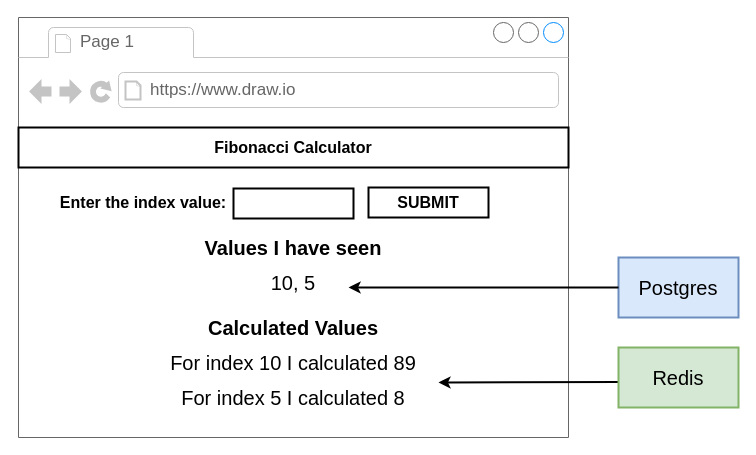
Earlier version of the draw.io diagram page "App Mockup" (1 of 2) of diagrams/diagrams.drawio (igorya7v/107-fibonacci-multi-container). Source tidied: cells renumbered, new cells numbered last; positions are measured from the earlier drawing's top-left corner, leaving out a move shared by most shapes. Both pictures are drawn from the tidied source at 100%, with x=0, y=0 at pixel (18, 17).
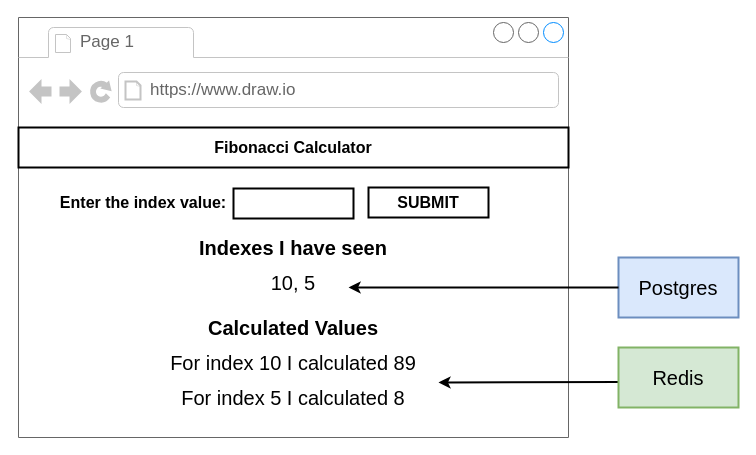
The same page after the edit.

Change to the diagram source:
```diff
@@
 <mxGraphModel>
   <root>
     <mxCell id="0" />
     <mxCell id="1" parent="0" />
     <mxCell id="2" style="strokeWidth=1;shadow=0;dashed=0;align=center;html=1;shape=mxgraph.mockup.containers.browserWindow;rSize=0;fillColor=#ffffff;strokeColor=#666666;strokeColor2=#008cff;strokeColor3=#c4c4c4;mainText=,;fontSize=16;" parent="1" vertex="1">
       <mxGeometry width="550" height="420" as="geometry" />
     </mxCell>
     <mxCell id="3" value="Page 1" style="strokeWidth=1;shadow=0;dashed=0;align=center;html=1;shape=mxgraph.mockup.containers.anchor;fontSize=17;fontColor=#666666;align=left;" parent="2" vertex="1">
       <mxGeometry x="60" y="12" width="110" height="26" as="geometry" />
     </mxCell>
     <mxCell id="4" value="https://www.draw.io" style="strokeWidth=1;shadow=0;dashed=0;align=center;html=1;shape=mxgraph.mockup.containers.anchor;rSize=0;fontSize=17;fontColor=#666666;align=left;" parent="2" vertex="1">
       <mxGeometry x="130" y="60" width="250" height="26" as="geometry" />
     </mxCell>
     <mxCell id="5" value="Fibonacci Calculator" style="rounded=0;whiteSpace=wrap;html=1;strokeWidth=2;fontSize=16;fontStyle=1;" parent="2" vertex="1">
       <mxGeometry y="110" width="550" height="40" as="geometry" />
     </mxCell>
     <mxCell id="6" value="Enter the index value:" style="text;html=1;strokeColor=none;fillColor=none;align=center;verticalAlign=middle;whiteSpace=wrap;rounded=0;fontSize=16;fontStyle=1;" parent="2" vertex="1">
       <mxGeometry x="40" y="175" width="170" height="20" as="geometry" />
     </mxCell>
     <mxCell id="7" style="rounded=0;whiteSpace=wrap;html=1;strokeWidth=2;fontSize=16;" parent="2" vertex="1">
       <mxGeometry x="215" y="171" width="120" height="30" as="geometry" />
     </mxCell>
     <mxCell id="8" value="SUBMIT" style="rounded=0;whiteSpace=wrap;html=1;strokeWidth=2;fontSize=16;fontStyle=1;" parent="2" vertex="1">
       <mxGeometry x="350" y="170" width="120" height="30" as="geometry" />
     </mxCell>
-    <mxCell id="9" value="&lt;font style=&quot;font-size: 20px&quot;&gt;Values I have seen&lt;/font&gt;" style="text;html=1;strokeColor=none;fillColor=none;align=center;verticalAlign=middle;whiteSpace=wrap;rounded=0;fontSize=16;fontStyle=1;" parent="2" vertex="1">
+    <mxCell id="9" value="&lt;font style=&quot;font-size: 20px&quot;&gt;Indexes I have seen&lt;/font&gt;" style="text;html=1;strokeColor=none;fillColor=none;align=center;verticalAlign=middle;whiteSpace=wrap;rounded=0;fontSize=16;fontStyle=1;" parent="2" vertex="1">
       <mxGeometry x="175" y="220" width="200" height="20" as="geometry" />
     </mxCell>
     <mxCell id="10" value="10, 5" style="text;html=1;strokeColor=none;fillColor=none;align=center;verticalAlign=middle;whiteSpace=wrap;rounded=0;fontSize=20;fontStyle=0;" parent="2" vertex="1">
       <mxGeometry x="190" y="250" width="170" height="30" as="geometry" />
     </mxCell>
     <mxCell id="11" value="&lt;font style=&quot;font-size: 20px&quot;&gt;Calculated Values&lt;/font&gt;" style="text;html=1;strokeColor=none;fillColor=none;align=center;verticalAlign=middle;whiteSpace=wrap;rounded=0;fontSize=16;fontStyle=1;" parent="2" vertex="1">
       <mxGeometry x="175" y="300" width="200" height="20" as="geometry" />
     </mxCell>
     <mxCell id="12" value="For index 10 I calculated 89" style="text;html=1;strokeColor=none;fillColor=none;align=center;verticalAlign=middle;whiteSpace=wrap;rounded=0;fontSize=20;fontStyle=0;" parent="2" vertex="1">
       <mxGeometry x="135" y="330" width="280" height="30" as="geometry" />
     </mxCell>
     <mxCell id="13" value="For index 5 I calculated 8" style="text;html=1;strokeColor=none;fillColor=none;align=center;verticalAlign=middle;whiteSpace=wrap;rounded=0;fontSize=20;fontStyle=0;" parent="2" vertex="1">
       <mxGeometry x="135" y="365" width="280" height="30" as="geometry" />
     </mxCell>
     <mxCell id="14" style="endArrow=classic;html=1;strokeWidth=2;fontSize=20;exitX=0;exitY=0.575;exitDx=0;exitDy=0;exitPerimeter=0;" parent="2" edge="1" source="16">
       <mxGeometry relative="1" as="geometry">
         <mxPoint x="420" y="365" as="targetPoint" />
       </mxGeometry>
     </mxCell>
     <mxCell id="15" value="Postgres" style="rounded=0;whiteSpace=wrap;html=1;strokeWidth=2;fontSize=20;labelBackgroundColor=none;fillColor=#dae8fc;strokeColor=#6c8ebf;" parent="1" vertex="1">
       <mxGeometry x="600" y="240" width="120" height="60" as="geometry" />
     </mxCell>
     <mxCell id="16" value="Redis" style="rounded=0;whiteSpace=wrap;html=1;strokeWidth=2;fontSize=20;labelBackgroundColor=none;fillColor=#d5e8d4;strokeColor=#82b366;" parent="1" vertex="1">
       <mxGeometry x="600" y="330" width="120" height="60" as="geometry" />
     </mxCell>
     <mxCell id="17" style="endArrow=classic;html=1;strokeWidth=2;fontSize=20;exitX=0;exitY=0.5;exitDx=0;exitDy=0;entryX=0.824;entryY=0.667;entryDx=0;entryDy=0;entryPerimeter=0;" parent="1" edge="1" source="15" target="10">
       <mxGeometry relative="1" as="geometry" />
     </mxCell>
   </root>
 </mxGraphModel>
```
